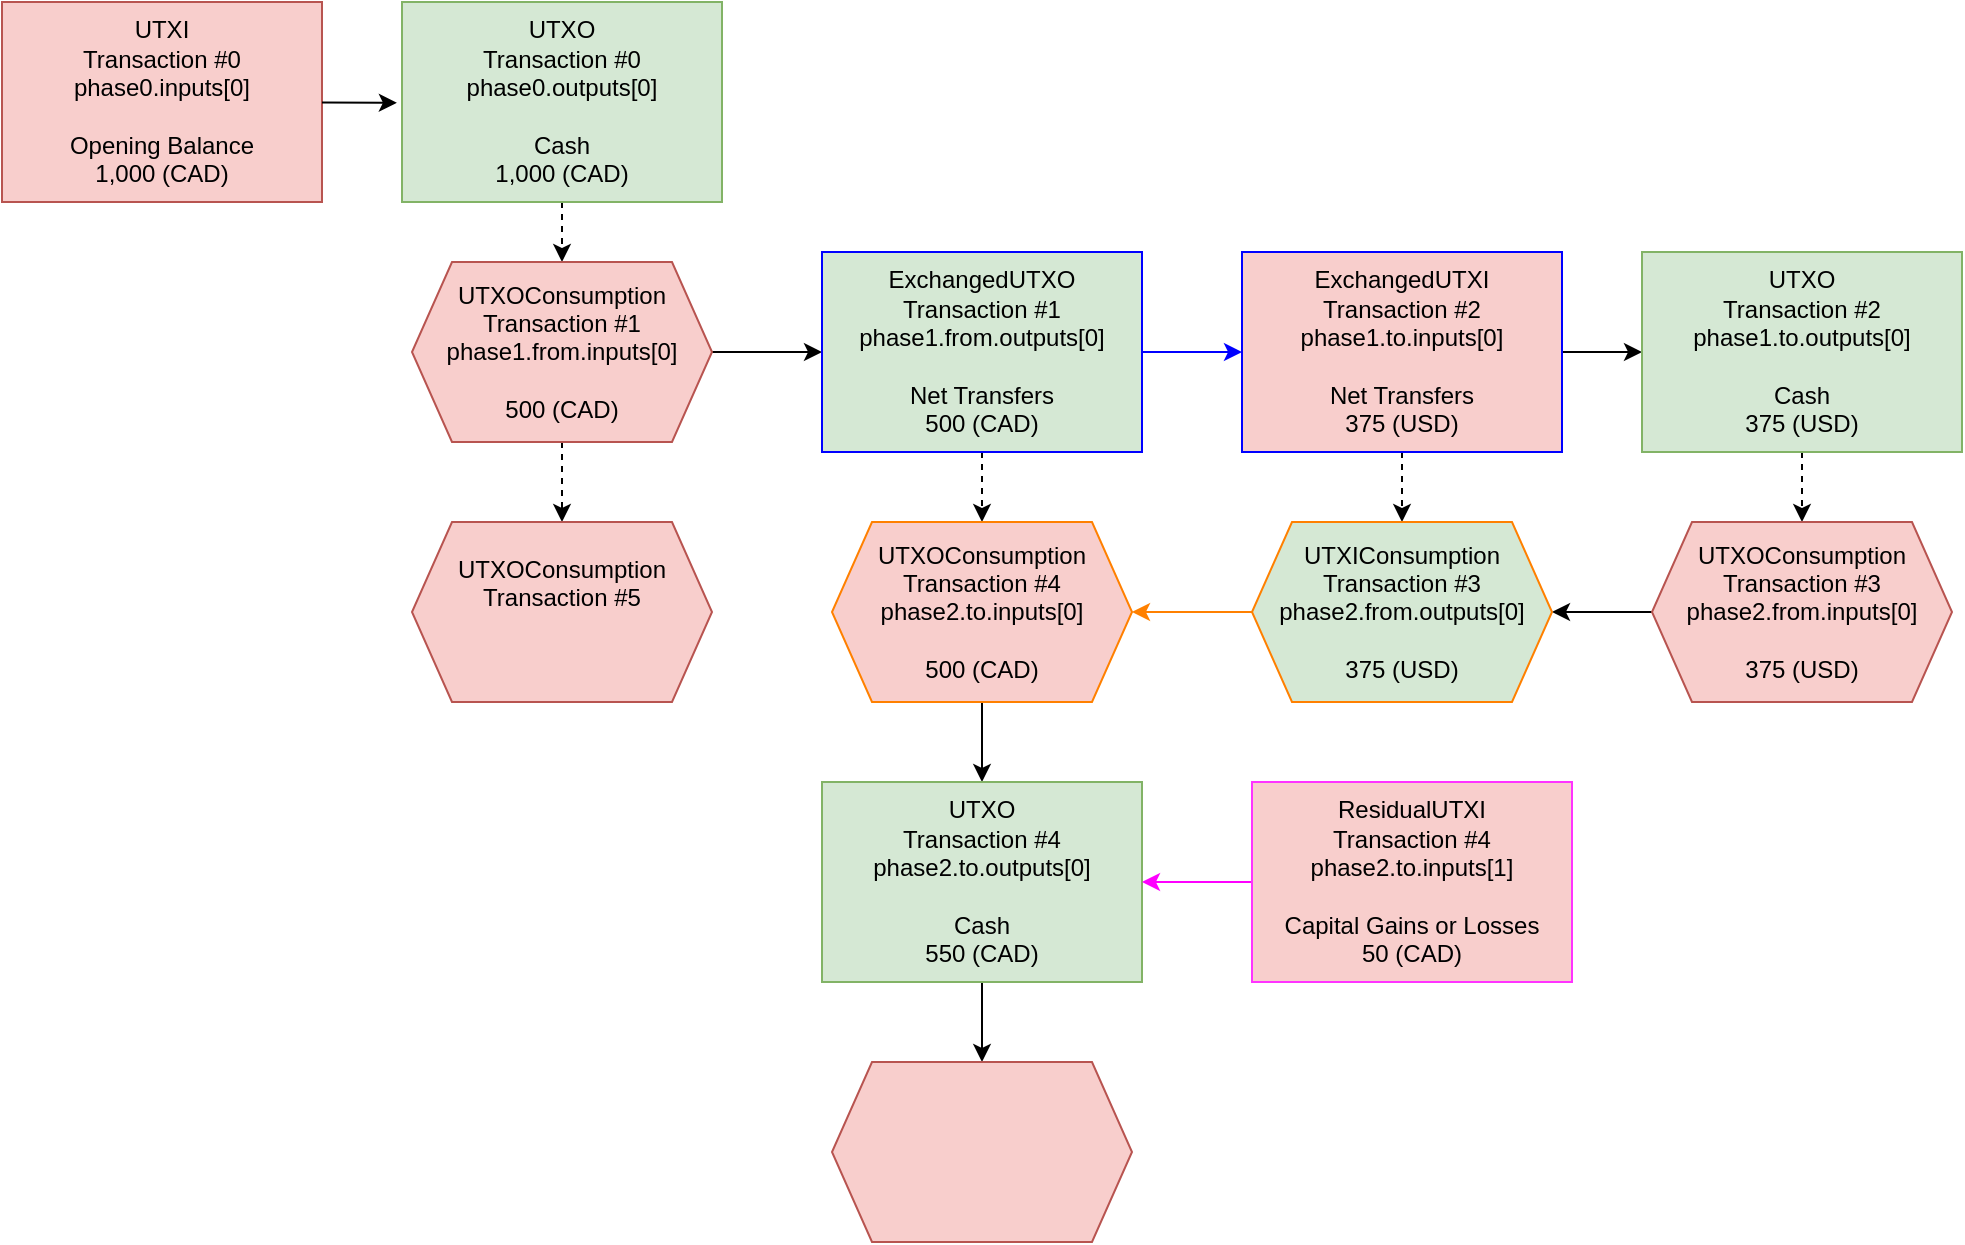
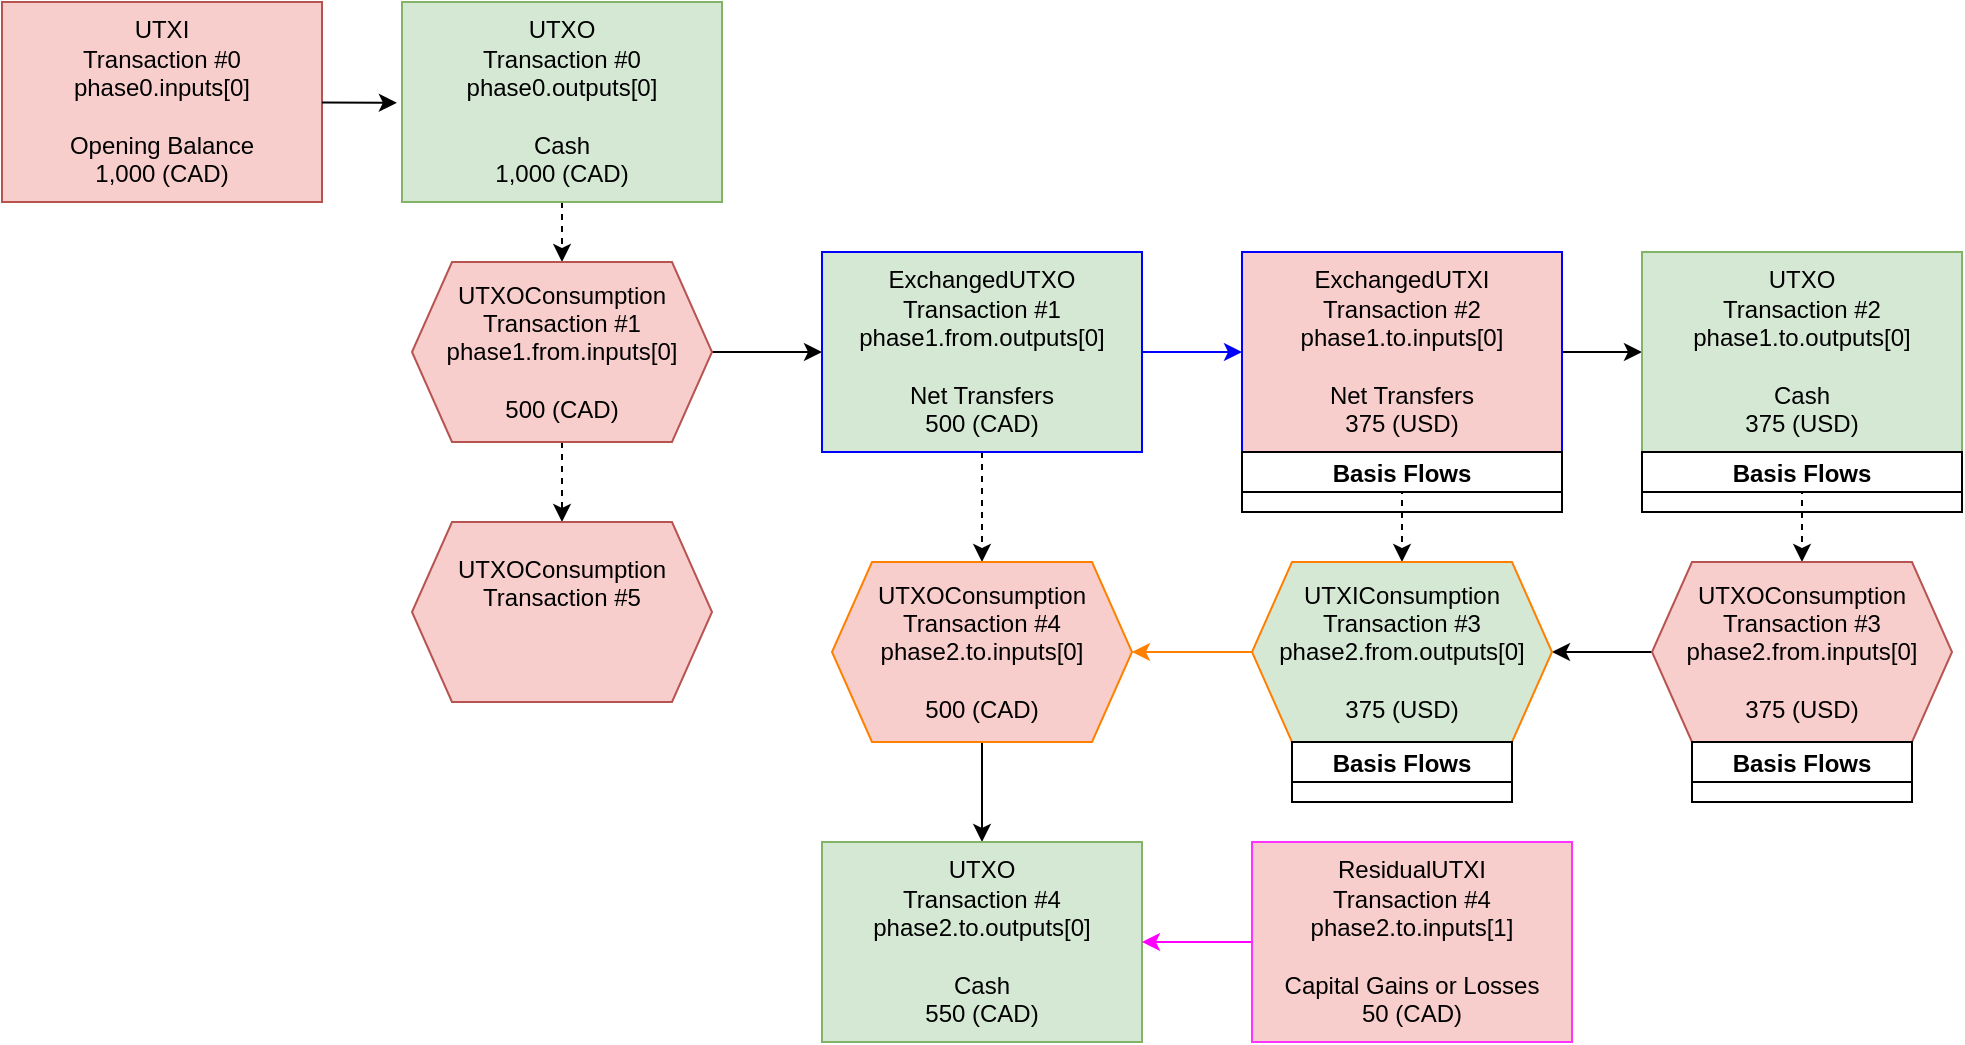
<mxfile host="65bd71144e">
    <diagram id="6xWdA7GWYxQrHusjy1R9" name="Page-1">
-         <mxGraphModel dx="357" dy="245" grid="1" gridSize="10" guides="1" tooltips="1" connect="1" arrows="1" fold="1" page="1" pageScale="1" pageWidth="850" pageHeight="1100" math="0" shadow="0">
+         <mxGraphModel dx="792" dy="778" grid="1" gridSize="10" guides="1" tooltips="1" connect="1" arrows="1" fold="1" page="1" pageScale="1" pageWidth="850" pageHeight="1100" math="0" shadow="0">
            <root>
                <mxCell id="0"/>
                <mxCell id="1" parent="0"/>
                <mxCell id="2" value="UTXI&lt;br&gt;Transaction #0&lt;br&gt;phase0.inputs[0]&lt;br&gt;&lt;br&gt;Opening Balance&lt;br&gt;1,000 (CAD)" style="rounded=0;whiteSpace=wrap;html=1;fillColor=#f8cecc;strokeColor=#b85450;" parent="1" vertex="1">
                    <mxGeometry x="50" y="50" width="160" height="100" as="geometry"/>
                </mxCell>
                <mxCell id="7" style="edgeStyle=none;html=1;entryX=0.5;entryY=0;entryDx=0;entryDy=0;dashed=1;" parent="1" source="4" target="6" edge="1">
                    <mxGeometry relative="1" as="geometry"/>
                </mxCell>
                <mxCell id="4" value="UTXO&lt;br&gt;&lt;span style=&quot;color: rgb(0, 0, 0);&quot;&gt;Transaction #0&lt;/span&gt;&lt;br&gt;phase0.outputs[0]&lt;br&gt;&lt;br&gt;Cash&lt;br&gt;1,000 (CAD)" style="rounded=0;whiteSpace=wrap;html=1;fillColor=#d5e8d4;strokeColor=#82b366;" parent="1" vertex="1">
                    <mxGeometry x="250" y="50" width="160" height="100" as="geometry"/>
                </mxCell>
                <mxCell id="5" style="edgeStyle=none;html=1;entryX=-0.016;entryY=0.504;entryDx=0;entryDy=0;entryPerimeter=0;" parent="1" source="2" target="4" edge="1">
                    <mxGeometry relative="1" as="geometry"/>
                </mxCell>
                <mxCell id="9" style="edgeStyle=none;html=1;" parent="1" source="6" target="8" edge="1">
                    <mxGeometry relative="1" as="geometry"/>
                </mxCell>
-                 <mxCell id="28" style="edgeStyle=none;html=1;dashed=1;" edge="1" parent="1" source="6" target="26">
+                 <mxCell id="28" style="edgeStyle=none;html=1;dashed=1;" parent="1" source="6" target="26" edge="1">
                    <mxGeometry relative="1" as="geometry"/>
                </mxCell>
                <mxCell id="6" value="&lt;span style=&quot;color: rgb(0, 0, 0);&quot;&gt;UTXOConsumption&lt;/span&gt;&lt;br style=&quot;color: rgb(63, 63, 63); scrollbar-color: rgb(226, 226, 226) rgb(251, 251, 251);&quot;&gt;&lt;span style=&quot;color: rgb(0, 0, 0);&quot;&gt;Transaction #1&lt;/span&gt;&lt;br style=&quot;color: rgb(63, 63, 63); scrollbar-color: rgb(226, 226, 226) rgb(251, 251, 251);&quot;&gt;&lt;span style=&quot;color: rgb(0, 0, 0);&quot;&gt;phase1.from.inputs[0]&lt;/span&gt;&lt;br style=&quot;color: rgb(63, 63, 63); scrollbar-color: rgb(226, 226, 226) rgb(251, 251, 251);&quot;&gt;&lt;br style=&quot;color: rgb(63, 63, 63); scrollbar-color: rgb(226, 226, 226) rgb(251, 251, 251);&quot;&gt;&lt;span style=&quot;color: rgb(0, 0, 0);&quot;&gt;500 (CAD)&lt;/span&gt;" style="shape=hexagon;perimeter=hexagonPerimeter2;whiteSpace=wrap;html=1;fixedSize=1;fillStyle=solid;fillColor=#f8cecc;strokeColor=#b85450;" parent="1" vertex="1">
                    <mxGeometry x="255" y="180" width="150" height="90" as="geometry"/>
                </mxCell>
                <mxCell id="11" style="edgeStyle=none;html=1;entryX=0;entryY=0.5;entryDx=0;entryDy=0;strokeColor=#0000FF;" parent="1" source="8" target="10" edge="1">
                    <mxGeometry relative="1" as="geometry"/>
                </mxCell>
                <mxCell id="21" style="edgeStyle=none;html=1;entryX=0.5;entryY=0;entryDx=0;entryDy=0;dashed=1;" parent="1" source="8" target="19" edge="1">
                    <mxGeometry relative="1" as="geometry"/>
                </mxCell>
                <mxCell id="8" value="ExchangedUTXO&lt;br&gt;&lt;span style=&quot;color: rgb(0, 0, 0);&quot;&gt;Transaction #1&lt;/span&gt;&lt;br&gt;phase1.from.outputs[0]&lt;br&gt;&lt;br&gt;Net Transfers&lt;br&gt;500 (CAD)" style="rounded=0;whiteSpace=wrap;html=1;fillColor=#d5e8d4;strokeColor=#0000FF;" parent="1" vertex="1">
                    <mxGeometry x="460" y="175" width="160" height="100" as="geometry"/>
                </mxCell>
                <mxCell id="13" style="edgeStyle=none;html=1;entryX=0;entryY=0.5;entryDx=0;entryDy=0;" parent="1" source="10" target="12" edge="1">
                    <mxGeometry relative="1" as="geometry"/>
                </mxCell>
                <mxCell id="17" style="edgeStyle=none;html=1;entryX=0.5;entryY=0;entryDx=0;entryDy=0;dashed=1;" parent="1" source="10" target="16" edge="1">
                    <mxGeometry relative="1" as="geometry"/>
                </mxCell>
                <mxCell id="15" style="edgeStyle=none;html=1;exitX=0.5;exitY=1;exitDx=0;exitDy=0;entryX=0.5;entryY=0;entryDx=0;entryDy=0;dashed=1;" parent="1" source="12" target="14" edge="1">
                    <mxGeometry relative="1" as="geometry"/>
                </mxCell>
                <mxCell id="10" value="ExchangedUTXI&lt;br&gt;Transaction #2&lt;br&gt;phase1.to.inputs[0]&lt;br&gt;&lt;br&gt;Net Transfers&lt;br&gt;375 (USD)" style="rounded=0;whiteSpace=wrap;html=1;fillColor=#f8cecc;strokeColor=#0000FF;" parent="1" vertex="1">
                    <mxGeometry x="670" y="175" width="160" height="100" as="geometry"/>
                </mxCell>
                <mxCell id="12" value="UTXO&lt;br&gt;&lt;span style=&quot;color: rgb(0, 0, 0);&quot;&gt;Transaction #2&lt;/span&gt;&lt;br&gt;phase1.to.outputs[0]&lt;br&gt;&lt;br&gt;Cash&lt;br&gt;375 (USD)" style="rounded=0;whiteSpace=wrap;html=1;fillColor=#d5e8d4;strokeColor=#82b366;" parent="1" vertex="1">
                    <mxGeometry x="870" y="175" width="160" height="100" as="geometry"/>
                </mxCell>
                <mxCell id="18" style="edgeStyle=none;html=1;entryX=1;entryY=0.5;entryDx=0;entryDy=0;" parent="1" source="14" target="16" edge="1">
                    <mxGeometry relative="1" as="geometry"/>
                </mxCell>
                <mxCell id="14" value="UTXOConsumption&lt;br&gt;Transaction #3&lt;br&gt;phase2.from.inputs[0]&lt;br&gt;&lt;br&gt;375 (USD)" style="shape=hexagon;perimeter=hexagonPerimeter2;whiteSpace=wrap;html=1;fixedSize=1;fillStyle=solid;fillColor=#f8cecc;strokeColor=#b85450;" parent="1" vertex="1">
-                     <mxGeometry x="875" y="310" width="150" height="90" as="geometry"/>
+                     <mxGeometry x="875" y="330" width="150" height="90" as="geometry"/>
                </mxCell>
                <mxCell id="20" style="edgeStyle=none;html=1;entryX=1;entryY=0.5;entryDx=0;entryDy=0;strokeColor=#FF8000;" parent="1" source="16" target="19" edge="1">
                    <mxGeometry relative="1" as="geometry"/>
                </mxCell>
                <mxCell id="16" value="UTXIConsumption&lt;br&gt;Transaction #3&lt;br&gt;phase2.from.outputs[0]&lt;br&gt;&lt;br&gt;375 (USD)" style="shape=hexagon;perimeter=hexagonPerimeter2;whiteSpace=wrap;html=1;fixedSize=1;fillStyle=solid;fillColor=#d5e8d4;strokeColor=#FF8000;" parent="1" vertex="1">
-                     <mxGeometry x="675" y="310" width="150" height="90" as="geometry"/>
+                     <mxGeometry x="675" y="330" width="150" height="90" as="geometry"/>
                </mxCell>
-                 <mxCell id="29" style="edgeStyle=none;html=1;" edge="1" parent="1" source="19" target="23">
+                 <mxCell id="29" style="edgeStyle=none;html=1;" parent="1" source="19" target="23" edge="1">
                    <mxGeometry relative="1" as="geometry"/>
                </mxCell>
                <mxCell id="19" value="&lt;span style=&quot;color: rgb(0, 0, 0);&quot;&gt;UTXOConsumption&lt;/span&gt;&lt;br style=&quot;color: rgb(63, 63, 63); scrollbar-color: rgb(226, 226, 226) rgb(251, 251, 251);&quot;&gt;Transaction #4&lt;br&gt;phase2.to.inputs[0]&lt;br&gt;&lt;br&gt;500 (CAD)" style="shape=hexagon;perimeter=hexagonPerimeter2;whiteSpace=wrap;html=1;fixedSize=1;fillStyle=solid;fillColor=#f8cecc;strokeColor=#FF8000;" parent="1" vertex="1">
-                     <mxGeometry x="465" y="310" width="150" height="90" as="geometry"/>
-                 </mxCell>
-                 <mxCell id="31" style="edgeStyle=none;html=1;entryX=0.5;entryY=0;entryDx=0;entryDy=0;" edge="1" parent="1" source="23" target="30">
-                     <mxGeometry relative="1" as="geometry"/>
+                     <mxGeometry x="465" y="330" width="150" height="90" as="geometry"/>
                </mxCell>
                <mxCell id="23" value="UTXO&lt;br&gt;&lt;span style=&quot;color: rgb(0, 0, 0);&quot;&gt;Transaction #4&lt;/span&gt;&lt;br&gt;phase2.to.outputs[0]&lt;br&gt;&lt;br&gt;Cash&lt;br&gt;550 (CAD)" style="rounded=0;whiteSpace=wrap;html=1;fillColor=#d5e8d4;strokeColor=#82b366;" parent="1" vertex="1">
-                     <mxGeometry x="460" y="440" width="160" height="100" as="geometry"/>
+                     <mxGeometry x="460" y="470" width="160" height="100" as="geometry"/>
                </mxCell>
                <mxCell id="25" style="edgeStyle=none;html=1;strokeColor=#FF00FF;" parent="1" source="24" target="23" edge="1">
                    <mxGeometry relative="1" as="geometry"/>
                </mxCell>
                <mxCell id="24" value="ResidualUTXI&lt;br&gt;Transaction #4&lt;br&gt;phase2.to.inputs[1]&lt;br&gt;&lt;br&gt;Capital Gains or Losses&lt;br&gt;50 (CAD)" style="rounded=0;whiteSpace=wrap;html=1;fillColor=#f8cecc;strokeColor=#FF33FF;" parent="1" vertex="1">
-                     <mxGeometry x="675" y="440" width="160" height="100" as="geometry"/>
+                     <mxGeometry x="675" y="470" width="160" height="100" as="geometry"/>
                </mxCell>
-                 <mxCell id="26" value="UTXOConsumption&lt;br&gt;Transaction #5&lt;br&gt;&lt;br&gt;&lt;div&gt;&lt;br&gt;&lt;/div&gt;" style="shape=hexagon;perimeter=hexagonPerimeter2;whiteSpace=wrap;html=1;fixedSize=1;fillStyle=solid;fillColor=#f8cecc;strokeColor=#b85450;" vertex="1" parent="1">
+                 <mxCell id="26" value="UTXOConsumption&lt;br&gt;Transaction #5&lt;br&gt;&lt;br&gt;&lt;div&gt;&lt;br&gt;&lt;/div&gt;" style="shape=hexagon;perimeter=hexagonPerimeter2;whiteSpace=wrap;html=1;fixedSize=1;fillStyle=solid;fillColor=#f8cecc;strokeColor=#b85450;" parent="1" vertex="1">
                    <mxGeometry x="255" y="310" width="150" height="90" as="geometry"/>
                </mxCell>
-                 <mxCell id="30" value="" style="shape=hexagon;perimeter=hexagonPerimeter2;whiteSpace=wrap;html=1;fixedSize=1;fillStyle=solid;fillColor=#f8cecc;strokeColor=#b85450;" vertex="1" parent="1">
-                     <mxGeometry x="465" y="580" width="150" height="90" as="geometry"/>
+                 <mxCell id="31" value="Basis Flows" style="swimlane;startSize=20;horizontal=1;containerType=tree;newEdgeStyle={&quot;edgeStyle&quot;:&quot;elbowEdgeStyle&quot;,&quot;startArrow&quot;:&quot;none&quot;,&quot;endArrow&quot;:&quot;none&quot;};" vertex="1" collapsed="1" parent="1">
+                     <mxGeometry x="670" y="275" width="160" height="30" as="geometry">
+                         <mxRectangle x="670" y="270" width="260" height="210" as="alternateBounds"/>
+                     </mxGeometry>
+                 </mxCell>
+                 <mxCell id="32" value="" style="edgeStyle=elbowEdgeStyle;elbow=vertical;sourcePerimeterSpacing=0;targetPerimeterSpacing=0;startArrow=none;endArrow=none;rounded=0;curved=0;" edge="1" parent="31" source="34" target="35">
+                     <mxGeometry relative="1" as="geometry"/>
+                 </mxCell>
+                 <UserObject label="phase1.from.outputs[0]&lt;br&gt;&lt;span style=&quot;color: rgb(0, 0, 0);&quot;&gt;500 (CAD)&lt;/span&gt;" treeRoot="1" id="34">
+                     <mxCell style="whiteSpace=wrap;html=1;align=center;treeFolding=1;treeMoving=1;newEdgeStyle={&quot;edgeStyle&quot;:&quot;elbowEdgeStyle&quot;,&quot;startArrow&quot;:&quot;none&quot;,&quot;endArrow&quot;:&quot;none&quot;};" vertex="1" parent="31">
+                         <mxGeometry x="10" y="30" width="140" height="60" as="geometry"/>
+                     </mxCell>
+                 </UserObject>
+                 <mxCell id="35" value="phase1.to.inputs[0]&lt;br&gt;375 (USD)" style="whiteSpace=wrap;html=1;align=center;verticalAlign=middle;treeFolding=1;treeMoving=1;newEdgeStyle={&quot;edgeStyle&quot;:&quot;elbowEdgeStyle&quot;,&quot;startArrow&quot;:&quot;none&quot;,&quot;endArrow&quot;:&quot;none&quot;};" vertex="1" parent="31">
+                     <mxGeometry x="25" y="120" width="110" height="60" as="geometry"/>
+                 </mxCell>
+                 <mxCell id="37" value="Basis Flows" style="swimlane;startSize=20;horizontal=1;containerType=tree;newEdgeStyle={&quot;edgeStyle&quot;:&quot;elbowEdgeStyle&quot;,&quot;startArrow&quot;:&quot;none&quot;,&quot;endArrow&quot;:&quot;none&quot;};" vertex="1" collapsed="1" parent="1">
+                     <mxGeometry x="870" y="275" width="160" height="30" as="geometry">
+                         <mxRectangle x="670" y="270" width="260" height="210" as="alternateBounds"/>
+                     </mxGeometry>
+                 </mxCell>
+                 <mxCell id="38" value="" style="edgeStyle=elbowEdgeStyle;elbow=vertical;sourcePerimeterSpacing=0;targetPerimeterSpacing=0;startArrow=none;endArrow=none;rounded=0;curved=0;" edge="1" parent="37" source="39" target="40">
+                     <mxGeometry relative="1" as="geometry"/>
+                 </mxCell>
+                 <UserObject label="phase1.from.outputs[0]&lt;br&gt;&lt;span style=&quot;color: rgb(0, 0, 0);&quot;&gt;500 (CAD)&lt;/span&gt;" treeRoot="1" id="39">
+                     <mxCell style="whiteSpace=wrap;html=1;align=center;treeFolding=1;treeMoving=1;newEdgeStyle={&quot;edgeStyle&quot;:&quot;elbowEdgeStyle&quot;,&quot;startArrow&quot;:&quot;none&quot;,&quot;endArrow&quot;:&quot;none&quot;};" vertex="1" parent="37">
+                         <mxGeometry x="10" y="30" width="140" height="60" as="geometry"/>
+                     </mxCell>
+                 </UserObject>
+                 <mxCell id="40" value="phase1.to.inputs[0]&lt;br&gt;375 (USD)" style="whiteSpace=wrap;html=1;align=center;verticalAlign=middle;treeFolding=1;treeMoving=1;newEdgeStyle={&quot;edgeStyle&quot;:&quot;elbowEdgeStyle&quot;,&quot;startArrow&quot;:&quot;none&quot;,&quot;endArrow&quot;:&quot;none&quot;};" vertex="1" parent="37">
+                     <mxGeometry x="25" y="120" width="110" height="60" as="geometry"/>
+                 </mxCell>
+                 <mxCell id="41" value="Basis Flows" style="swimlane;startSize=20;horizontal=1;containerType=tree;newEdgeStyle={&quot;edgeStyle&quot;:&quot;elbowEdgeStyle&quot;,&quot;startArrow&quot;:&quot;none&quot;,&quot;endArrow&quot;:&quot;none&quot;};" vertex="1" collapsed="1" parent="1">
+                     <mxGeometry x="895" y="420" width="110" height="30" as="geometry">
+                         <mxRectangle x="670" y="270" width="260" height="210" as="alternateBounds"/>
+                     </mxGeometry>
+                 </mxCell>
+                 <mxCell id="42" value="" style="edgeStyle=elbowEdgeStyle;elbow=vertical;sourcePerimeterSpacing=0;targetPerimeterSpacing=0;startArrow=none;endArrow=none;rounded=0;curved=0;" edge="1" parent="41" source="43" target="44">
+                     <mxGeometry relative="1" as="geometry"/>
+                 </mxCell>
+                 <UserObject label="phase1.from.outputs[0]&lt;br&gt;&lt;span style=&quot;color: rgb(0, 0, 0);&quot;&gt;500 (CAD)&lt;/span&gt;" treeRoot="1" id="43">
+                     <mxCell style="whiteSpace=wrap;html=1;align=center;treeFolding=1;treeMoving=1;newEdgeStyle={&quot;edgeStyle&quot;:&quot;elbowEdgeStyle&quot;,&quot;startArrow&quot;:&quot;none&quot;,&quot;endArrow&quot;:&quot;none&quot;};" vertex="1" parent="41">
+                         <mxGeometry x="10" y="30" width="140" height="60" as="geometry"/>
+                     </mxCell>
+                 </UserObject>
+                 <mxCell id="44" value="phase1.to.inputs[0]&lt;br&gt;375 (USD)" style="whiteSpace=wrap;html=1;align=center;verticalAlign=middle;treeFolding=1;treeMoving=1;newEdgeStyle={&quot;edgeStyle&quot;:&quot;elbowEdgeStyle&quot;,&quot;startArrow&quot;:&quot;none&quot;,&quot;endArrow&quot;:&quot;none&quot;};" vertex="1" parent="41">
+                     <mxGeometry x="25" y="120" width="110" height="60" as="geometry"/>
+                 </mxCell>
+                 <mxCell id="45" value="Basis Flows" style="swimlane;startSize=20;horizontal=1;containerType=tree;newEdgeStyle={&quot;edgeStyle&quot;:&quot;elbowEdgeStyle&quot;,&quot;startArrow&quot;:&quot;none&quot;,&quot;endArrow&quot;:&quot;none&quot;};" vertex="1" collapsed="1" parent="1">
+                     <mxGeometry x="695" y="420" width="110" height="30" as="geometry">
+                         <mxRectangle x="700" y="420" width="260" height="210" as="alternateBounds"/>
+                     </mxGeometry>
+                 </mxCell>
+                 <mxCell id="46" value="" style="edgeStyle=elbowEdgeStyle;elbow=vertical;sourcePerimeterSpacing=0;targetPerimeterSpacing=0;startArrow=none;endArrow=none;rounded=0;curved=0;" edge="1" parent="45" source="47" target="48">
+                     <mxGeometry relative="1" as="geometry"/>
+                 </mxCell>
+                 <UserObject label="phase1.from.outputs[0]&lt;br&gt;&lt;span style=&quot;color: rgb(0, 0, 0);&quot;&gt;500 (CAD)&lt;/span&gt;" treeRoot="1" id="47">
+                     <mxCell style="whiteSpace=wrap;html=1;align=center;treeFolding=1;treeMoving=1;newEdgeStyle={&quot;edgeStyle&quot;:&quot;elbowEdgeStyle&quot;,&quot;startArrow&quot;:&quot;none&quot;,&quot;endArrow&quot;:&quot;none&quot;};" vertex="1" parent="45">
+                         <mxGeometry x="10" y="30" width="140" height="60" as="geometry"/>
+                     </mxCell>
+                 </UserObject>
+                 <mxCell id="48" value="phase1.to.inputs[0]&lt;br&gt;375 (USD)" style="whiteSpace=wrap;html=1;align=center;verticalAlign=middle;treeFolding=1;treeMoving=1;newEdgeStyle={&quot;edgeStyle&quot;:&quot;elbowEdgeStyle&quot;,&quot;startArrow&quot;:&quot;none&quot;,&quot;endArrow&quot;:&quot;none&quot;};" vertex="1" parent="45">
+                     <mxGeometry x="25" y="120" width="110" height="60" as="geometry"/>
                </mxCell>
            </root>
        </mxGraphModel>
    </diagram>
</mxfile>